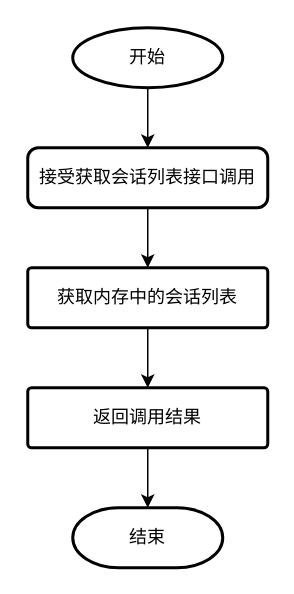
Earlier version of the draw.io diagram page "flow-get-conversation-list" (1 of 11) of 获取会话列表.drawio (liuao2010/360MobileSafe). Source tidied: cells renumbered, new cells numbered last; positions are measured from the earlier drawing's top-left corner, leaving out a move shared by most shapes. Both pictures are drawn from the tidied source at 150%, with x=0, y=0 at pixel (27, 27).
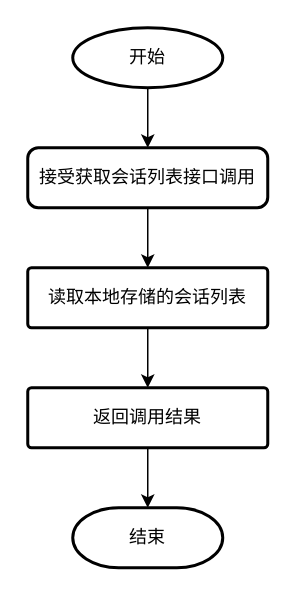
Above is the later version.

What changed in the source:
```diff
@@
 <mxGraphModel>
   <root>
     <mxCell id="0" />
     <mxCell id="1" parent="0" />
     <mxCell id="2" style="edgeStyle=orthogonalEdgeStyle;rounded=0;jettySize=auto;html=1;exitX=0.5;exitY=1;exitDx=0;exitDy=0;exitPerimeter=0;entryX=0.5;entryY=0;entryDx=0;entryDy=0;" parent="1" edge="1" source="3" target="5">
       <mxGeometry relative="1" as="geometry" />
     </mxCell>
     <mxCell id="3" value="开始" style="strokeWidth=2;html=1;shape=mxgraph.flowchart.start_1;whiteSpace=wrap;" parent="1" vertex="1">
       <mxGeometry x="30" width="100" height="40" as="geometry" />
     </mxCell>
     <mxCell id="4" style="edgeStyle=orthogonalEdgeStyle;rounded=0;jettySize=auto;html=1;exitX=0.5;exitY=1;exitDx=0;exitDy=0;entryX=0.5;entryY=0;entryDx=0;entryDy=0;" parent="1" edge="1" source="5" target="7">
       <mxGeometry relative="1" as="geometry" />
     </mxCell>
     <mxCell id="5" value="接受获取会话列表接口调用" style="rounded=1;whiteSpace=wrap;html=1;absoluteArcSize=1;arcSize=14;strokeWidth=2;" parent="1" vertex="1">
       <mxGeometry y="80" width="160" height="40" as="geometry" />
     </mxCell>
     <mxCell id="6" style="edgeStyle=orthogonalEdgeStyle;rounded=0;jettySize=auto;html=1;exitX=0.5;exitY=1;exitDx=0;exitDy=0;entryX=0.5;entryY=0;entryDx=0;entryDy=0;" parent="1" edge="1" source="7" target="10">
       <mxGeometry relative="1" as="geometry" />
     </mxCell>
-    <mxCell id="7" value="获取内存中的会话列表" style="rounded=1;whiteSpace=wrap;html=1;absoluteArcSize=1;arcSize=5;strokeWidth=2;" parent="1" vertex="1">
+    <mxCell id="7" value="读取本地存储的会话列表" style="rounded=1;whiteSpace=wrap;html=1;absoluteArcSize=1;arcSize=5;strokeWidth=2;" parent="1" vertex="1">
       <mxGeometry y="160" width="160" height="40" as="geometry" />
     </mxCell>
     <mxCell id="8" value="结束" style="strokeWidth=2;html=1;shape=mxgraph.flowchart.terminator;whiteSpace=wrap;" parent="1" vertex="1">
       <mxGeometry x="30" y="320" width="100" height="40" as="geometry" />
     </mxCell>
     <mxCell id="9" style="edgeStyle=orthogonalEdgeStyle;rounded=0;jettySize=auto;html=1;exitX=0.5;exitY=1;exitDx=0;exitDy=0;" parent="1" edge="1" source="10" target="8">
       <mxGeometry relative="1" as="geometry" />
     </mxCell>
     <mxCell id="10" value="返回调用结果" style="rounded=1;whiteSpace=wrap;html=1;absoluteArcSize=1;arcSize=5;strokeWidth=2;" parent="1" vertex="1">
       <mxGeometry y="240" width="160" height="40" as="geometry" />
     </mxCell>
   </root>
 </mxGraphModel>
```
